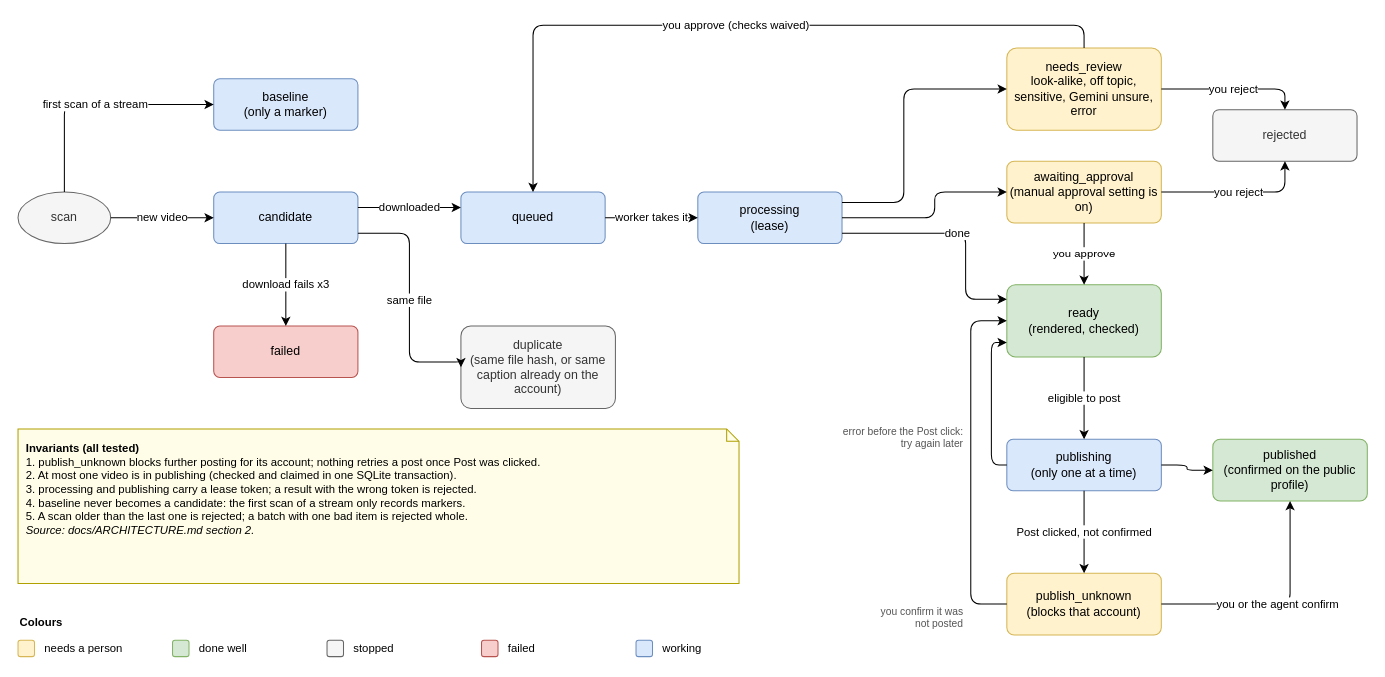
Before: page "Video lifecycle" (2 of 2) of docs/diagrams/architecture.drawio in Thuy200226/trendvn, a draw.io diagram. Source tidied: cells renumbered, new cells numbered last; positions are measured from the earlier drawing's top-left corner, leaving out a move shared by most shapes. Both pictures are drawn from the tidied source at 103%, with x=0, y=0 at pixel (18, 25).
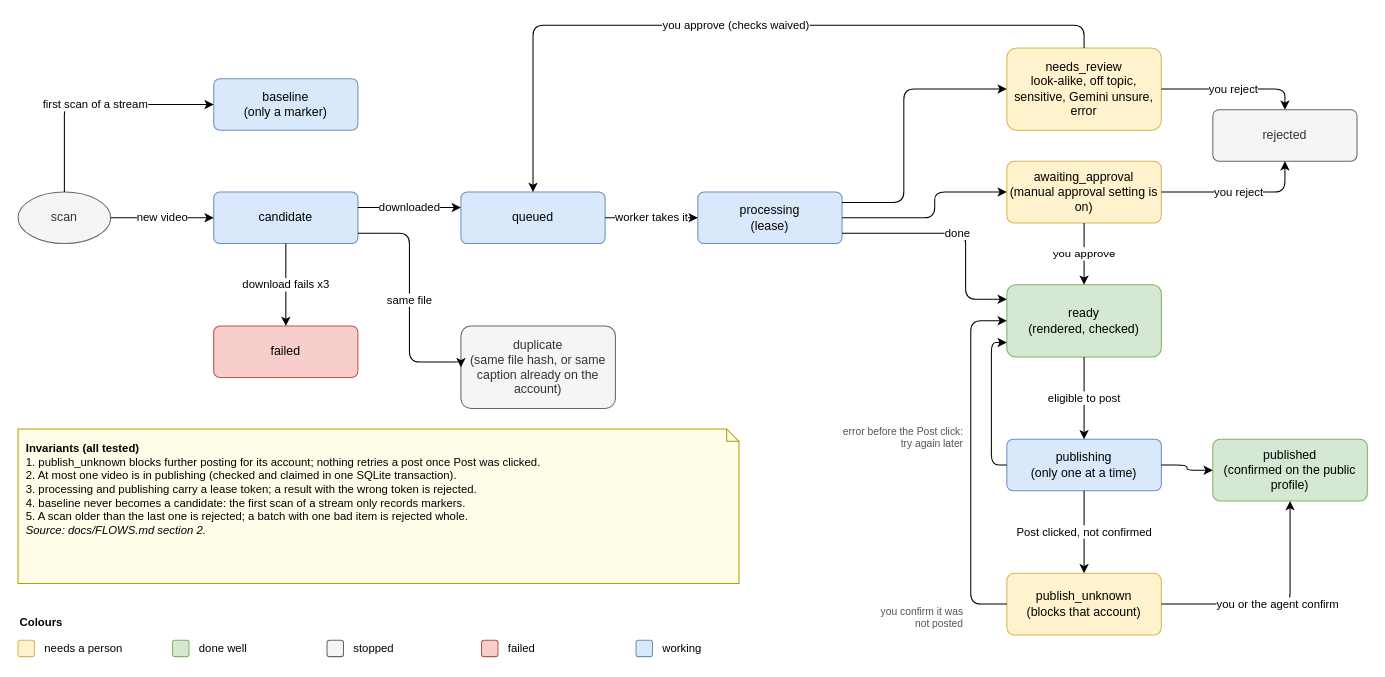
Above is the later version.

The edit, as a diff of the source:
```diff
@@
-    <mxCell id="37" value="&lt;b&gt;Invariants (all tested)&lt;/b&gt;&lt;br&gt;1. publish_unknown blocks further posting for its account; nothing retries a post once Post was clicked.&lt;br&gt;2. At most one video is in publishing (checked and claimed in one SQLite transaction).&lt;br&gt;3. processing and publishing carry a lease token; a result with the wrong token is rejected.&lt;br&gt;4. baseline never becomes a candidate: the first scan of a stream only records markers.&lt;br&gt;5. A scan older than the last one is rejected; a batch with one bad item is rejected whole.&lt;br&gt;&lt;i&gt;Source: docs/ARCHITECTURE.md section 2.&lt;/i&gt;" style="shape=note;size=12;whiteSpace=wrap;html=1;align=left;verticalAlign=top;spacing=8;fontSize=11;fillColor=#fffde7;strokeColor=#b0a000;" parent="1" vertex="1">
+    <mxCell id="37" value="&lt;b&gt;Invariants (all tested)&lt;/b&gt;&lt;br&gt;1. publish_unknown blocks further posting for its account; nothing retries a post once Post was clicked.&lt;br&gt;2. At most one video is in publishing (checked and claimed in one SQLite transaction).&lt;br&gt;3. processing and publishing carry a lease token; a result with the wrong token is rejected.&lt;br&gt;4. baseline never becomes a candidate: the first scan of a stream only records markers.&lt;br&gt;5. A scan older than the last one is rejected; a batch with one bad item is rejected whole.&lt;br&gt;&lt;i&gt;Source: docs/FLOWS.md section 2.&lt;/i&gt;" style="shape=note;size=12;whiteSpace=wrap;html=1;align=left;verticalAlign=top;spacing=8;fontSize=11;fillColor=#fffde7;strokeColor=#b0a000;" parent="1" vertex="1">
       <mxGeometry y="392" width="700" height="150" as="geometry" />
     </mxCell>
```
